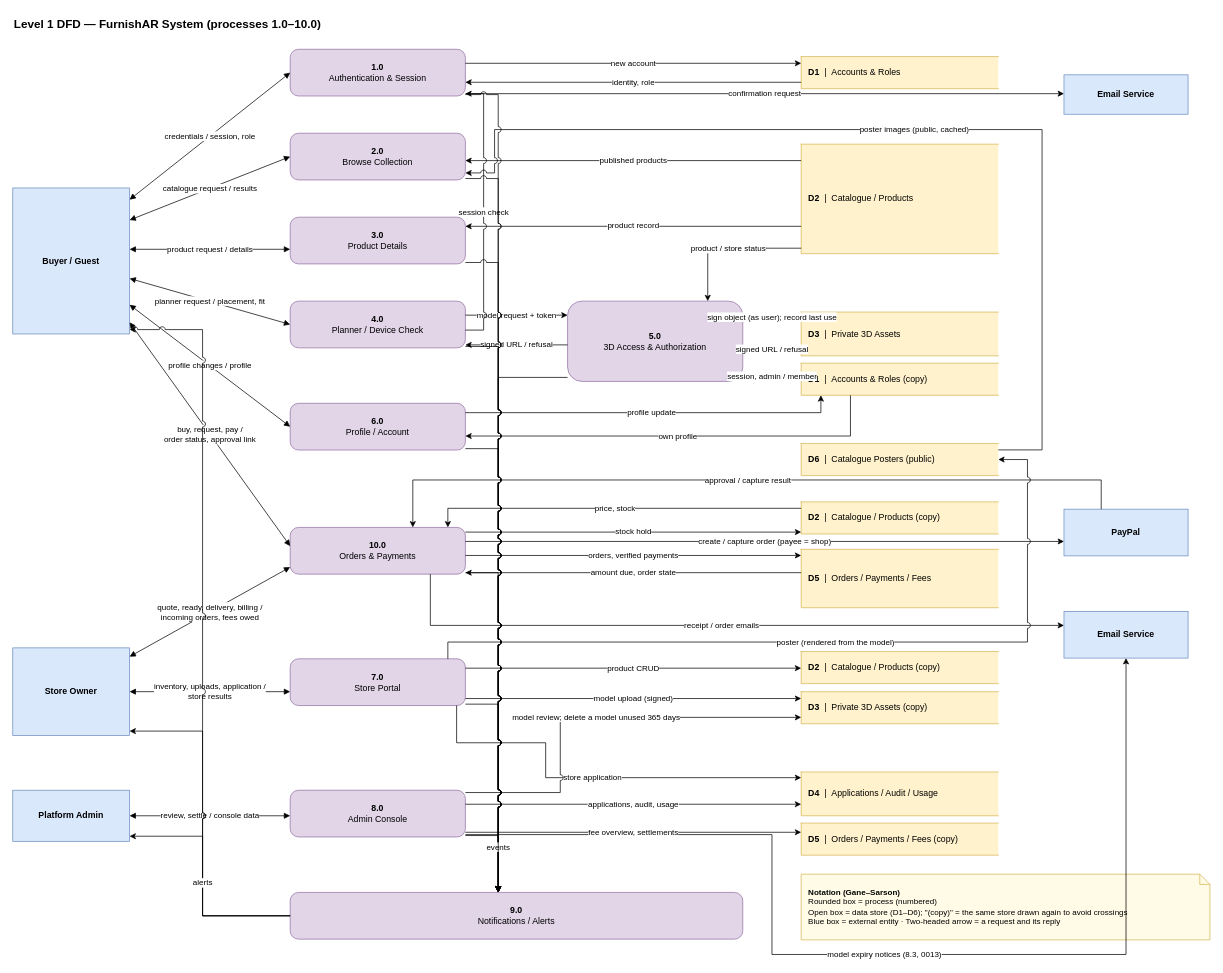
This is page "Level 1 — System DFD" (2 of 15) of docs/FURNISHAR-DFD-V2.drawio from Kenji0000X/FurnishAR.v1, a draw.io file, before an edit. Source tidied: cells renumbered, new cells numbered last; positions are measured from the earlier drawing's top-left corner, leaving out a move shared by most shapes. Both pictures are drawn from the tidied source at 73%, with x=0, y=0 at pixel (12, 12).
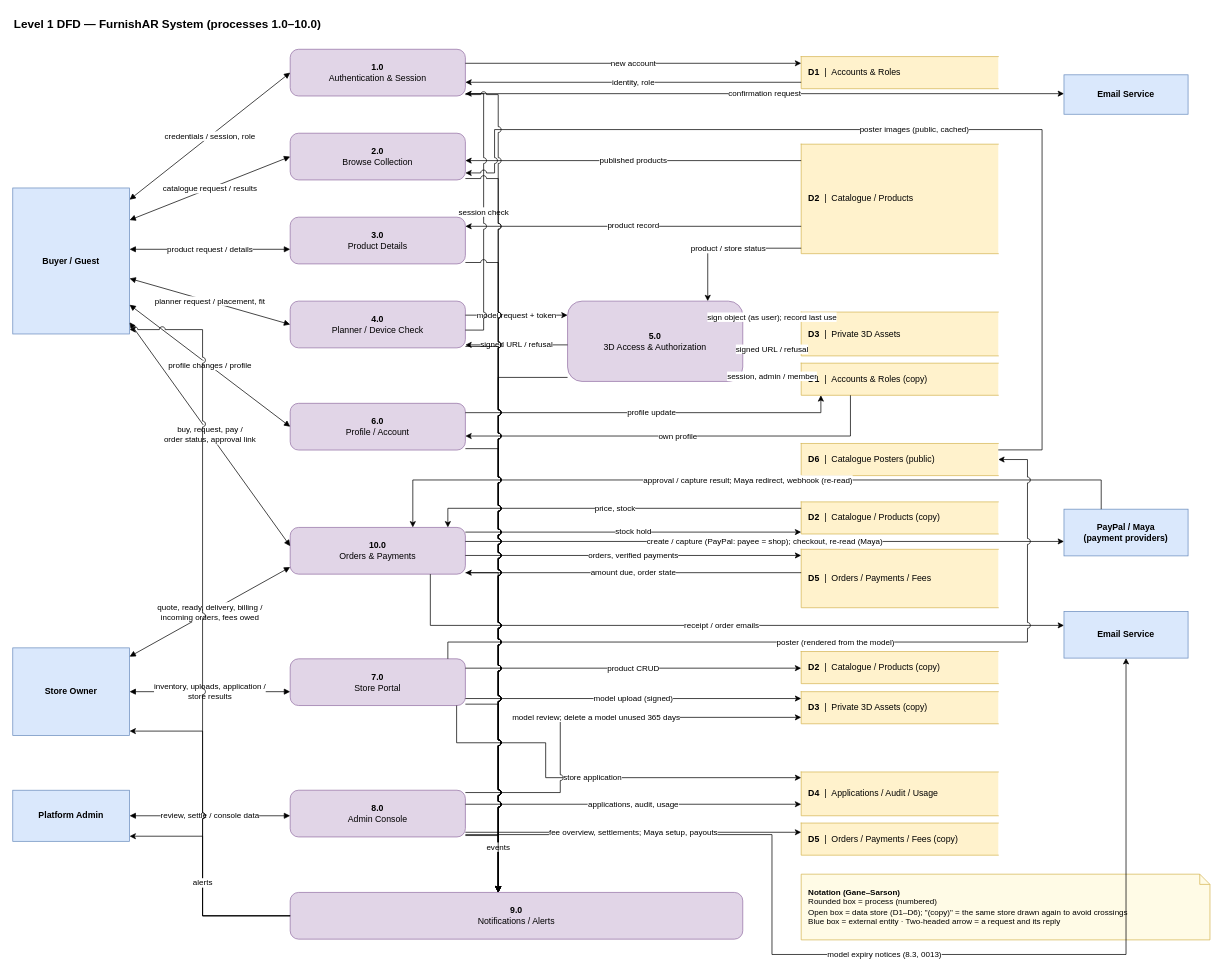
The same page after the edit.

Unchanged cells that the change refers to:
```xml
<mxCell id="14" value="&lt;b&gt;10.0&lt;/b&gt;&lt;br&gt;Orders &amp;amp; Payments" style="rounded=1;whiteSpace=wrap;html=1;fillColor=#e1d5e7;strokeColor=#9673a6;arcSize=18;" parent="1" vertex="1">
  <mxGeometry x="380" y="705" width="240" height="64" as="geometry" />
</mxCell>
<mxCell id="16" value="&lt;b&gt;8.0&lt;/b&gt;&lt;br&gt;Admin Console" style="rounded=1;whiteSpace=wrap;html=1;fillColor=#e1d5e7;strokeColor=#9673a6;arcSize=18;" parent="1" vertex="1">
  <mxGeometry x="380" y="1065" width="240" height="64" as="geometry" />
</mxCell>
<mxCell id="29" value="&lt;b&gt;D5&lt;/b&gt;&amp;nbsp;&amp;nbsp;|&amp;nbsp;&amp;nbsp;Orders / Payments / Fees (copy)" style="shape=partialRectangle;whiteSpace=wrap;html=1;right=0;fillColor=#fff2cc;strokeColor=#d6b656;align=left;spacingLeft=8;" parent="1" vertex="1">
  <mxGeometry x="1080" y="1110" width="270" height="44" as="geometry" />
</mxCell>
```

What changed in the source:
```diff
@@
-    <mxCell id="7" value="PayPal" style="rounded=0;whiteSpace=wrap;html=1;fillColor=#dae8fc;strokeColor=#6c8ebf;fontStyle=1;" parent="1" vertex="1">
+    <mxCell id="7" value="PayPal / Maya&lt;br&gt;(payment providers)" style="rounded=0;whiteSpace=wrap;html=1;fillColor=#dae8fc;strokeColor=#6c8ebf;fontStyle=1;" parent="1" vertex="1">
       <mxGeometry x="1440" y="680" width="170" height="64" as="geometry" />
     </mxCell>
@@
-    <mxCell id="56" value="create / capture order (payee = shop)" style="edgeStyle=orthogonalEdgeStyle;rounded=0;jettySize=auto;html=1;fontSize=11;labelBackgroundColor=#ffffff;jumpStyle=arc;jumpSize=8;exitX=1;exitY=0.3;exitDx=0;exitDy=0;entryX=0;entryY=0.6906;entryDx=0;entryDy=0;" parent="1" edge="1" source="14" target="7">
+    <mxCell id="56" value="create / capture (PayPal: payee = shop); checkout, re-read (Maya)" style="edgeStyle=orthogonalEdgeStyle;rounded=0;jettySize=auto;html=1;fontSize=11;labelBackgroundColor=#ffffff;jumpStyle=arc;jumpSize=8;exitX=1;exitY=0.3;exitDx=0;exitDy=0;entryX=0;entryY=0.6906;entryDx=0;entryDy=0;" parent="1" edge="1" source="14" target="7">
       <mxGeometry relative="1" as="geometry" />
     </mxCell>
-    <mxCell id="57" value="approval / capture result" style="edgeStyle=orthogonalEdgeStyle;rounded=0;jettySize=auto;html=1;fontSize=11;labelBackgroundColor=#ffffff;jumpStyle=arc;jumpSize=8;exitX=0.3;exitY=0;exitDx=0;exitDy=0;entryX=0.7;entryY=0;entryDx=0;entryDy=0;" parent="1" edge="1" source="7" target="14">
+    <mxCell id="57" value="approval / capture result; Maya redirect, webhook (re-read)" style="edgeStyle=orthogonalEdgeStyle;rounded=0;jettySize=auto;html=1;fontSize=11;labelBackgroundColor=#ffffff;jumpStyle=arc;jumpSize=8;exitX=0.3;exitY=0;exitDx=0;exitDy=0;entryX=0.7;entryY=0;entryDx=0;entryDy=0;" parent="1" edge="1" source="7" target="14">
       <mxGeometry relative="1" as="geometry">
         <Array as="points">
           <mxPoint x="1491" y="640" />
           <mxPoint x="548" y="640" />
         </Array>
       </mxGeometry>
     </mxCell>
@@
-    <mxCell id="68" value="fee overview, settlements" style="edgeStyle=orthogonalEdgeStyle;rounded=0;jettySize=auto;html=1;fontSize=11;labelBackgroundColor=#ffffff;jumpStyle=arc;jumpSize=8;exitX=1;exitY=0.9;exitDx=0;exitDy=0;entryX=0;entryY=0.2864;entryDx=0;entryDy=0;" parent="1" edge="1" source="16" target="29">
+    <mxCell id="68" value="fee overview, settlements; Maya setup, payouts" style="edgeStyle=orthogonalEdgeStyle;rounded=0;jettySize=auto;html=1;fontSize=11;labelBackgroundColor=#ffffff;jumpStyle=arc;jumpSize=8;exitX=1;exitY=0.9;exitDx=0;exitDy=0;entryX=0;entryY=0.2864;entryDx=0;entryDy=0;" parent="1" edge="1" source="16" target="29">
       <mxGeometry relative="1" as="geometry" />
     </mxCell>
```
